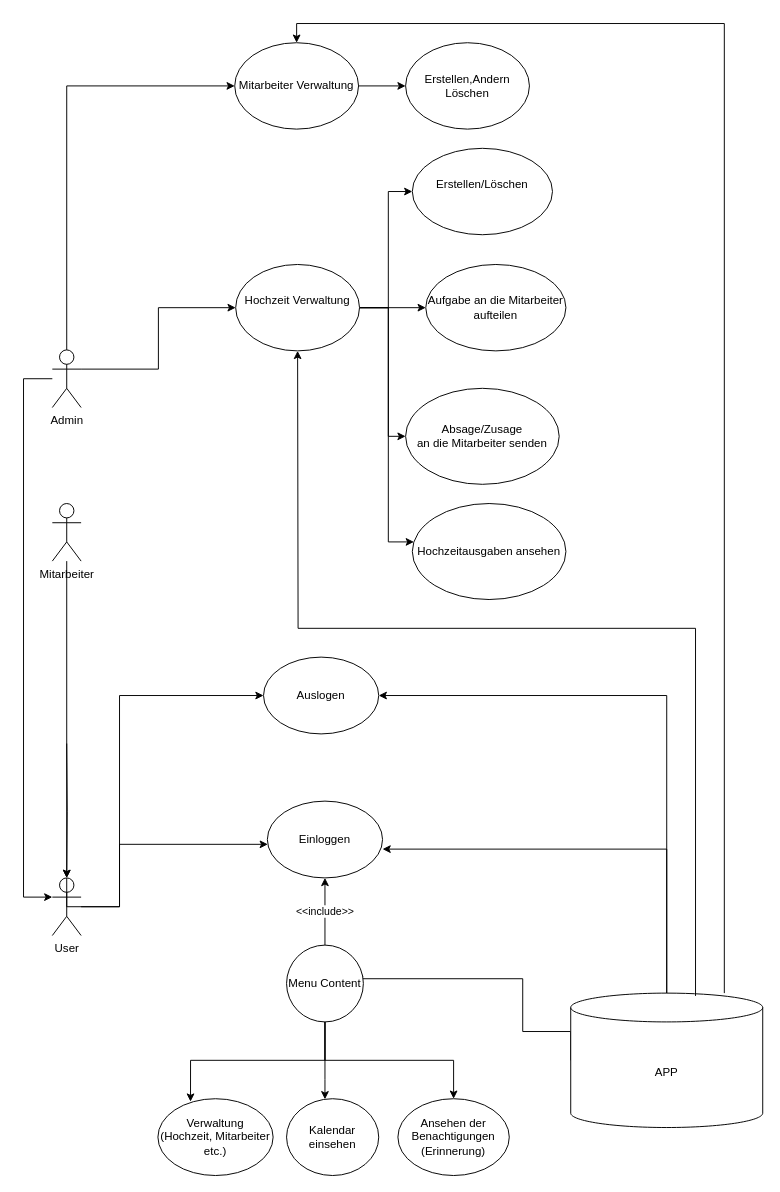
Above: Unbenanntes Diagramm.drawio in VolkanKoehle/teile-css (draw.io), before the change. Source tidied: cells renumbered, new cells numbered last; positions are measured from the earlier drawing's top-left corner, leaving out a move shared by most shapes. Both pictures are drawn from the tidied source at 96%, with x=0, y=0 at pixel (23, 23).
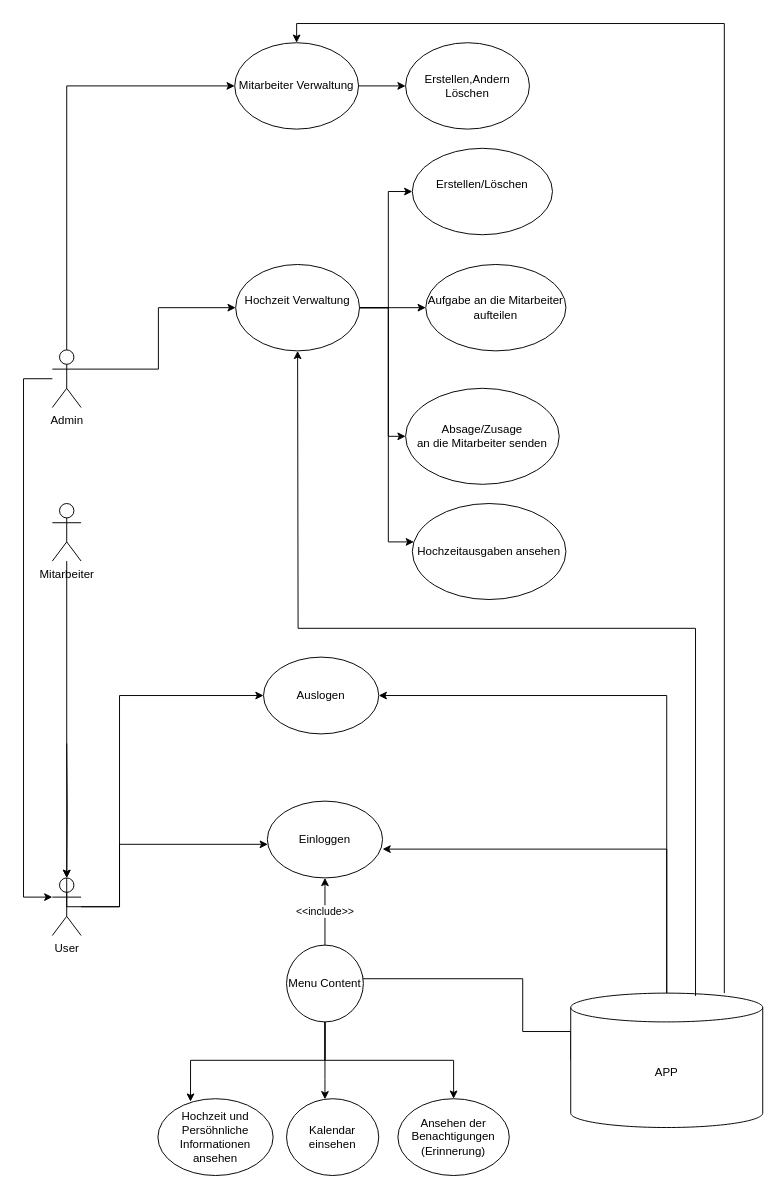
The same page after the edit.

The edit, as a diff of the source:
```diff
@@
-    <mxCell id="15" value="&lt;div&gt;Verwaltung&lt;/div&gt;(Hochzeit, Mitarbeiter etc.)" style="ellipse;whiteSpace=wrap;html=1;" parent="1" vertex="1">
+    <mxCell id="15" value="&lt;div&gt;Hochzeit und Persöhnliche &lt;br&gt;&lt;/div&gt;&lt;div&gt;Informationen ansehen&lt;br&gt; &lt;/div&gt;" style="ellipse;whiteSpace=wrap;html=1;" parent="1" vertex="1">
       <mxGeometry x="140" y="1120" width="120" height="80" as="geometry" />
     </mxCell>
```
